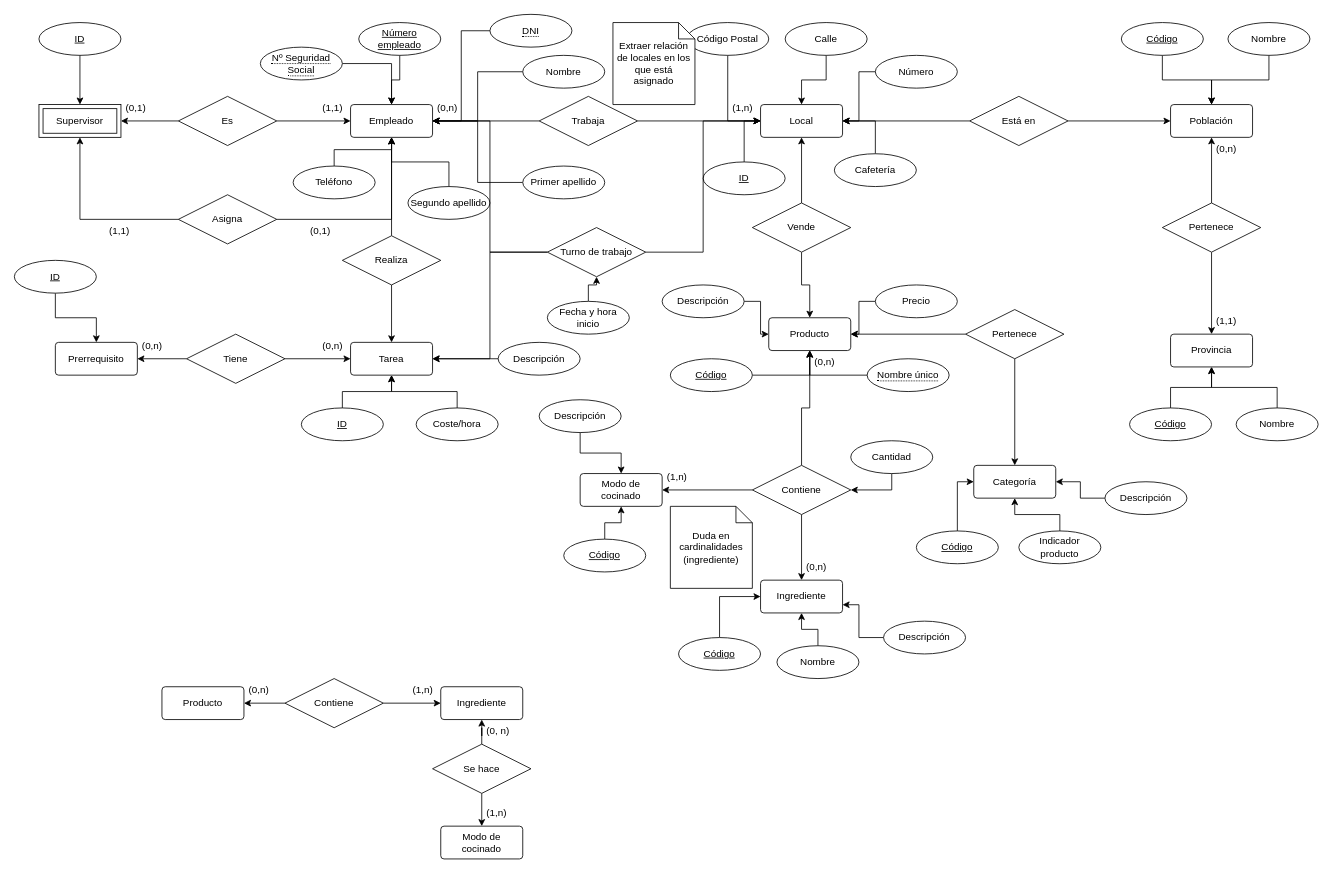
Above: cafe_panad_bdd.drawio in sergaarcia/BBDD (draw.io), before the change. Source tidied: cells renumbered, new cells numbered last; positions are measured from the earlier drawing's top-left corner, leaving out a move shared by most shapes. Both pictures are drawn from the tidied source at 82%, with x=0, y=0 at pixel (14, 14).
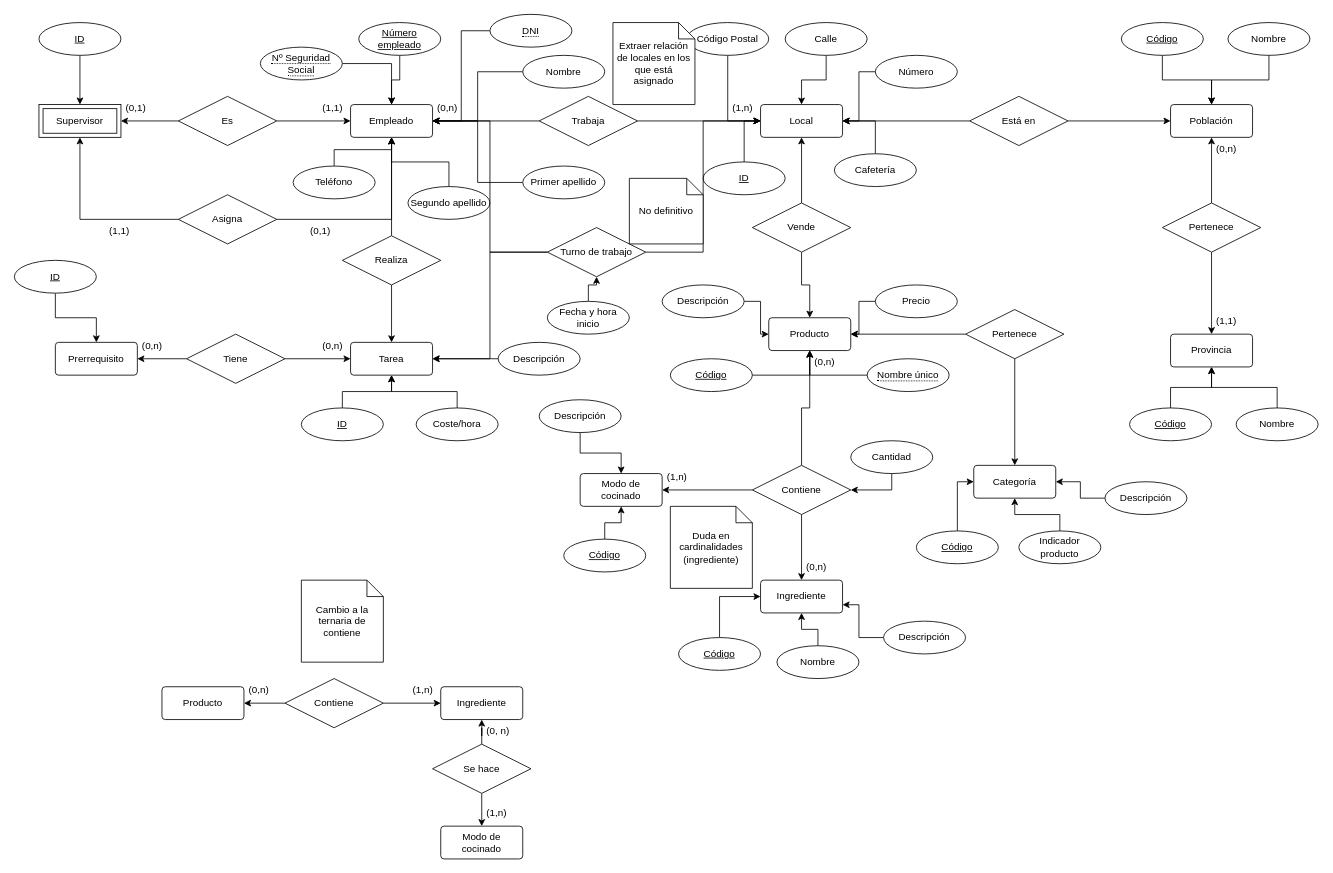
Above is the later version.

The edit, as a diff of the source:
```diff
@@
+    <mxCell id="146" value="No definitivo" style="shape=note;size=20;whiteSpace=wrap;html=1;" parent="1" vertex="1">
+      <mxGeometry x="750" y="200" width="90" height="80" as="geometry" />
+    </mxCell>
+    <mxCell id="147" value="Cambio a la ternaria de contiene" style="shape=note;size=20;whiteSpace=wrap;html=1;" parent="1" vertex="1">
+      <mxGeometry x="350" y="690" width="100" height="100" as="geometry" />
+    </mxCell>
```
